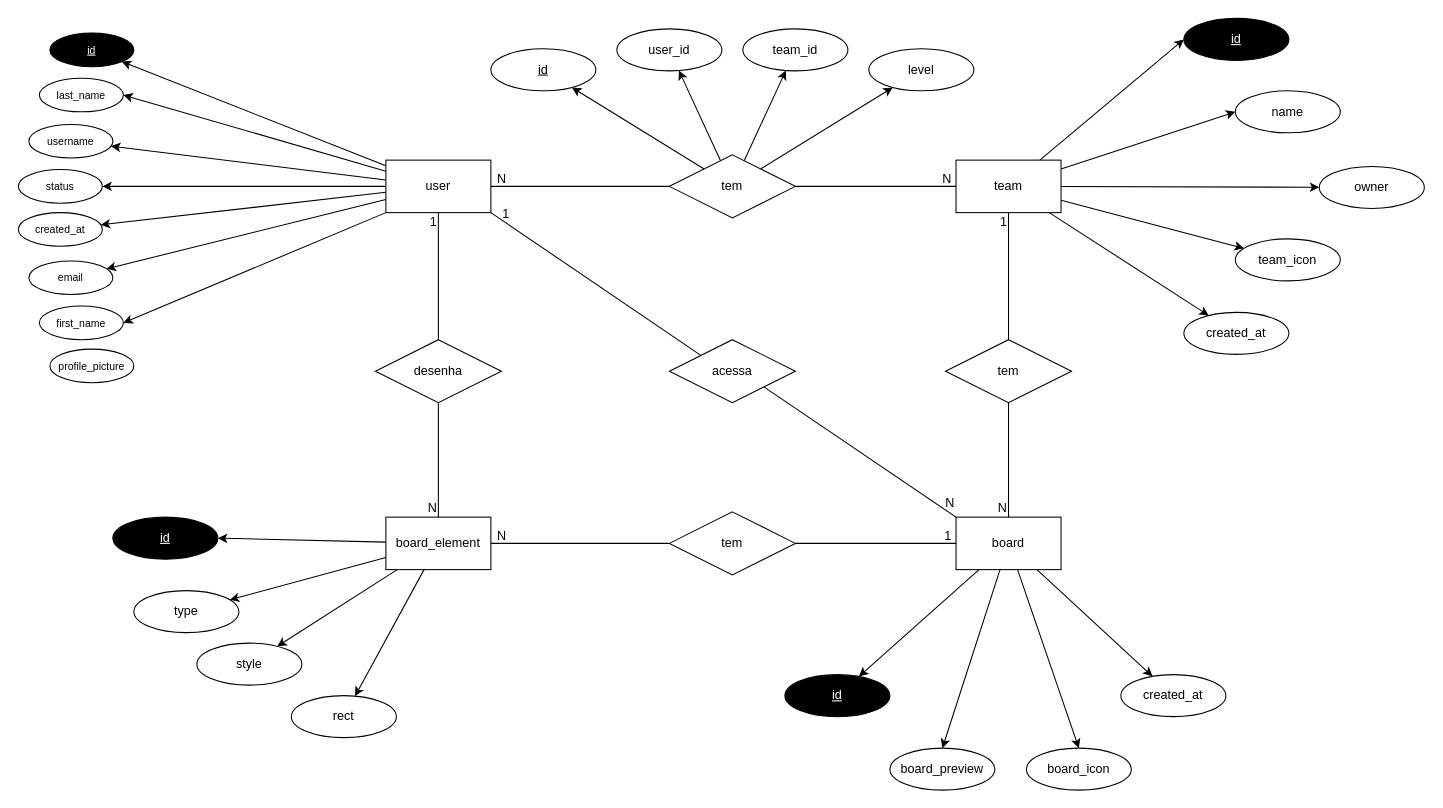
Before: docs/assets/diagram/DER.drawio in chronos-take-your-time/wiki, a draw.io diagram. Source tidied: cells renumbered, new cells numbered last; positions are measured from the earlier drawing's top-left corner, leaving out a move shared by most shapes. Both pictures are drawn from the tidied source at 105%, with x=0, y=0 at pixel (18, 18).
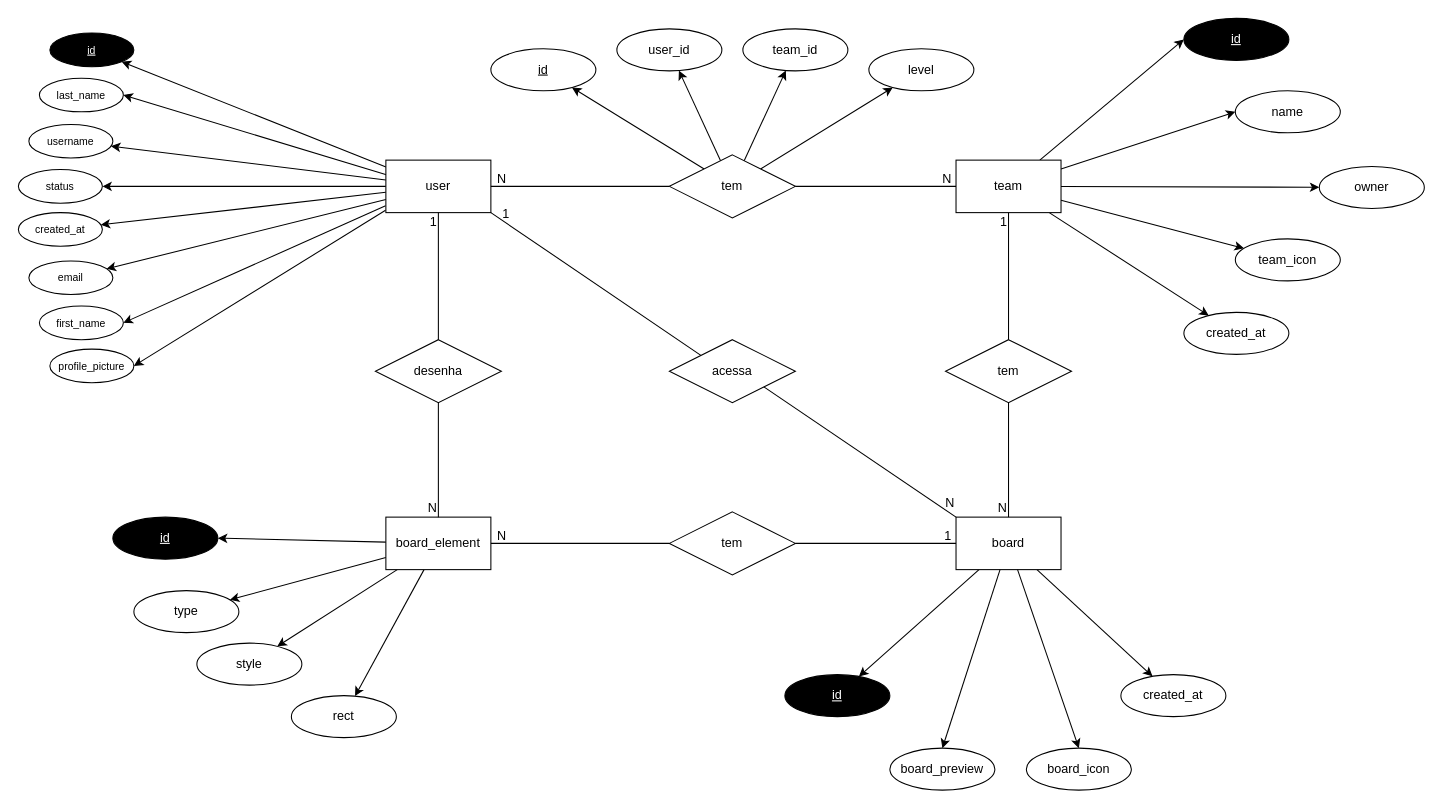
The same page after the edit.

Commit message:
docs(DER): ligação entre user e o atributo profile_picture

The change refers to these unchanged cells:
```xml
<mxCell id="9" value="user" style="html=1;dashed=0;whiteSpace=wrap;" parent="1" vertex="1">
  <mxGeometry x="350" y="135" width="100" height="50" as="geometry" />
</mxCell>
<mxCell id="11" value="id" style="ellipse;whiteSpace=wrap;html=1;align=center;fontStyle=4;fontSize=10;fillColor=#000000;fontColor=#FFFFFF;" parent="1" vertex="1">
  <mxGeometry x="30" y="14" width="80" height="32" as="geometry" />
</mxCell>
<mxCell id="13" value="first_name" style="ellipse;whiteSpace=wrap;html=1;align=center;fontSize=10;" parent="1" vertex="1">
  <mxGeometry x="20" y="274" width="80" height="32" as="geometry" />
</mxCell>
<mxCell id="15" value="last_name" style="ellipse;whiteSpace=wrap;html=1;align=center;fontSize=10;" parent="1" vertex="1">
  <mxGeometry x="20" y="57" width="80" height="32" as="geometry" />
</mxCell>
<mxCell id="36" value="profile_picture" style="ellipse;whiteSpace=wrap;html=1;align=center;fontSize=10;" parent="1" vertex="1">
  <mxGeometry x="30" y="315" width="80" height="32" as="geometry" />
</mxCell>
```

What changed in the source:
```diff
@@
-    <mxCell id="2" style="rounded=0;jettySize=auto;html=1;elbow=vertical;" parent="1" edge="1" source="9" target="11">
+    <mxCell id="2" style="rounded=0;jettySize=auto;html=1;elbow=vertical;exitX=0.001;exitY=0.132;exitDx=0;exitDy=0;exitPerimeter=0;" parent="1" edge="1" source="9" target="11">
       <mxGeometry relative="1" as="geometry" />
     </mxCell>
@@
-    <mxCell id="5" style="rounded=0;jettySize=auto;html=1;entryX=1;entryY=0.5;entryDx=0;entryDy=0;elbow=vertical;exitX=0;exitY=1;exitDx=0;exitDy=0;" parent="1" edge="1" source="9" target="13">
+    <mxCell id="5" style="rounded=0;jettySize=auto;html=1;entryX=1;entryY=0.5;entryDx=0;entryDy=0;elbow=vertical;exitX=-0.003;exitY=0.87;exitDx=0;exitDy=0;exitPerimeter=0;" parent="1" edge="1" source="9" target="13">
       <mxGeometry relative="1" as="geometry" />
     </mxCell>
@@
-    <mxCell id="7" style="rounded=0;jettySize=auto;html=1;entryX=1;entryY=0.5;entryDx=0;entryDy=0;elbow=vertical;" parent="1" edge="1" source="9" target="15">
+    <mxCell id="7" style="rounded=0;jettySize=auto;html=1;entryX=1;entryY=0.5;entryDx=0;entryDy=0;elbow=vertical;exitX=0.005;exitY=0.278;exitDx=0;exitDy=0;exitPerimeter=0;" parent="1" edge="1" source="9" target="15">
       <mxGeometry relative="1" as="geometry" />
     </mxCell>
@@
+    <mxCell id="80" style="rounded=0;jettySize=auto;html=1;entryX=1;entryY=0.5;entryDx=0;entryDy=0;exitX=-0.003;exitY=0.955;exitDx=0;exitDy=0;exitPerimeter=0;" parent="1" edge="1" source="9" target="36">
+      <mxGeometry relative="1" as="geometry" />
+    </mxCell>
```
